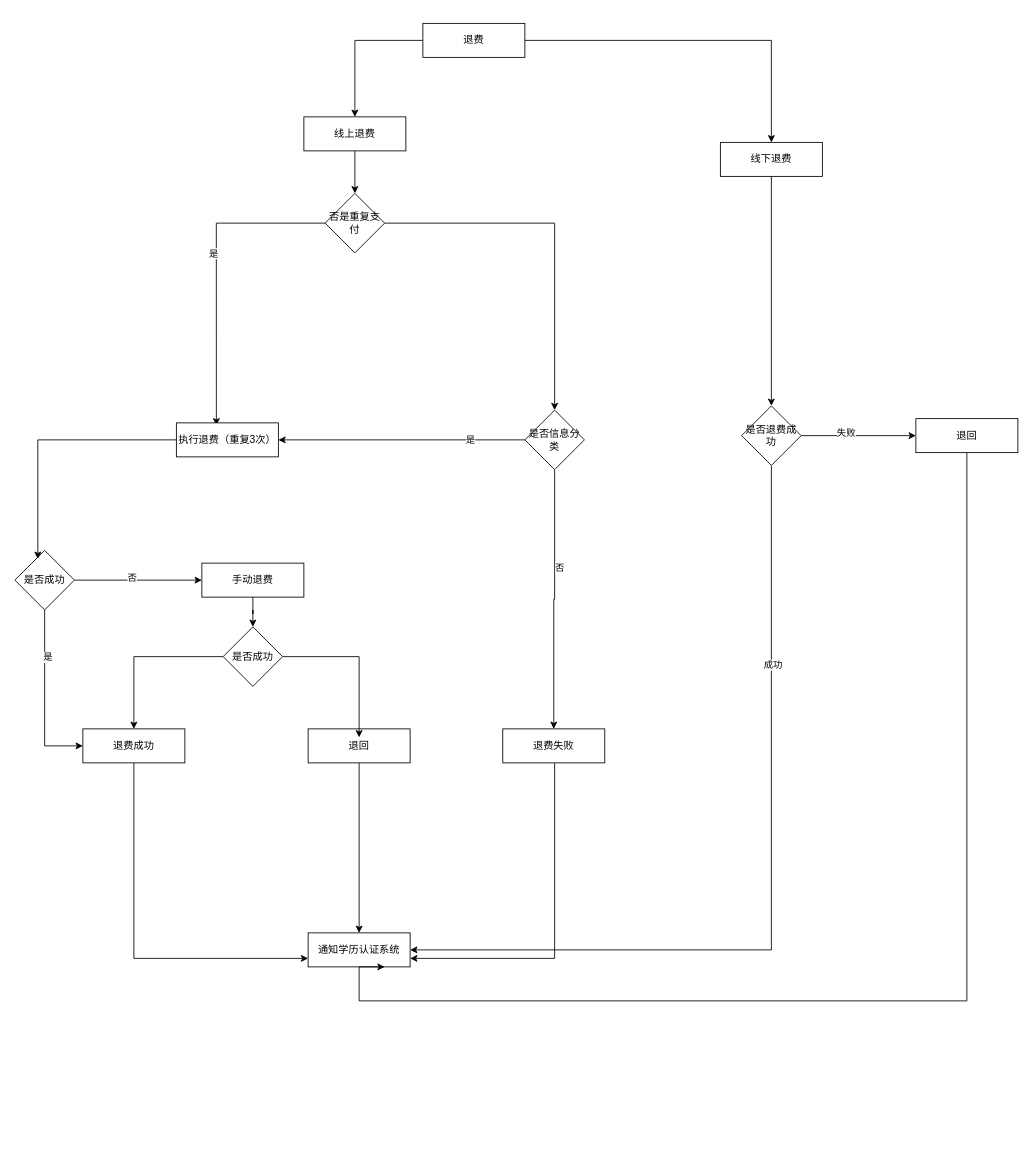
Before: 未命名绘图.drawio in zhangfengman/autoJs, a draw.io diagram. Source tidied: cells renumbered, new cells numbered last; positions are measured from the earlier drawing's top-left corner, leaving out a move shared by most shapes. Both pictures are drawn from the tidied source at 85%, with x=0, y=0 at pixel (14, 23).
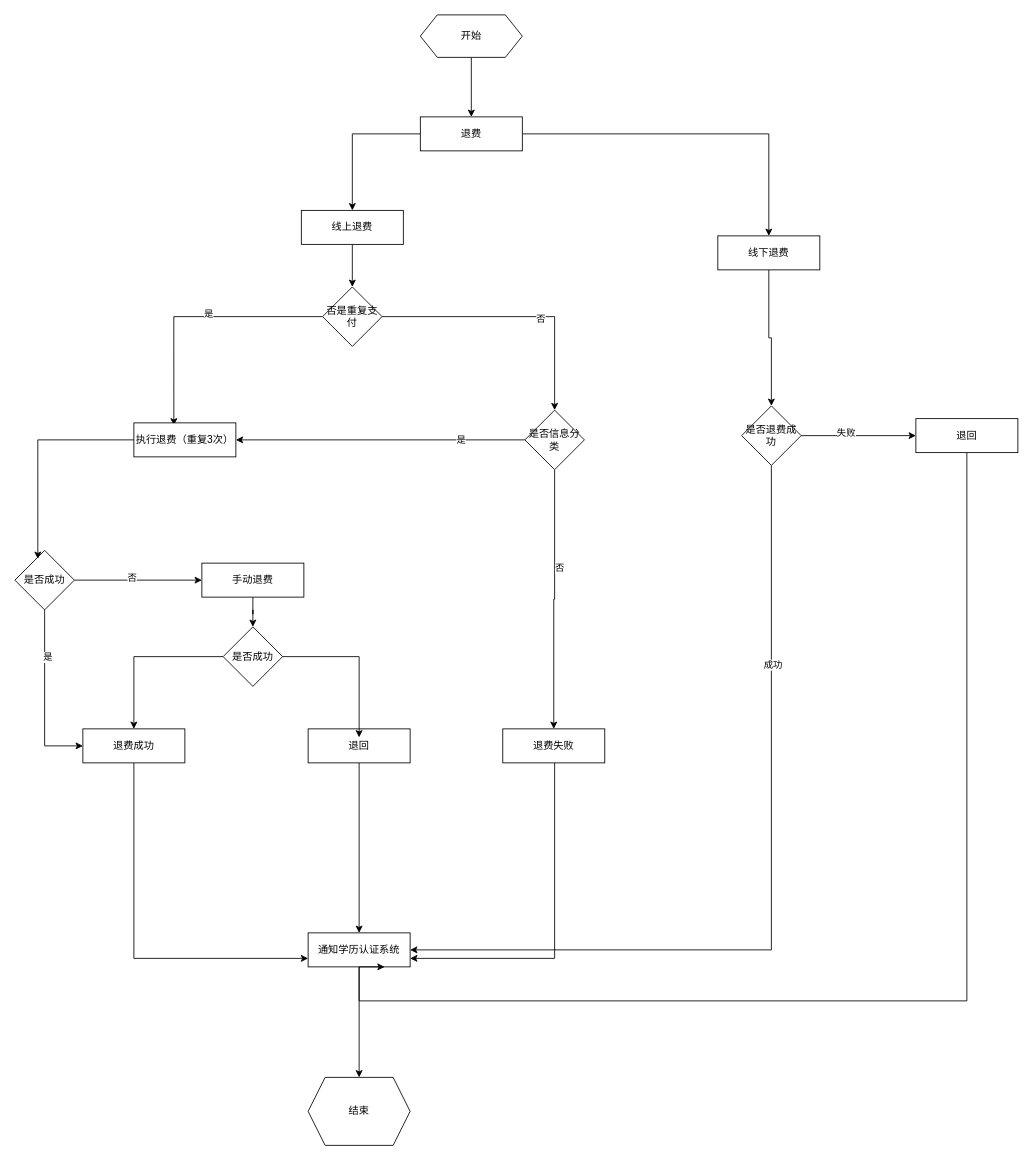
The same diagram, later.

Commit message (it also covers changes not shown here):
更新未命名绘图.drawio

Unchanged cells that the change refers to:
```xml
<mxCell id="11" style="edgeStyle=orthogonalEdgeStyle;rounded=0;jettySize=auto;html=1;entryX=0.5;entryY=0;entryDx=0;entryDy=0;" parent="1" edge="1" source="12" target="34">
  <mxGeometry relative="1" as="geometry" />
</mxCell>
<mxCell id="21" value="通知学历认证系统" style="rounded=0;whiteSpace=wrap;html=1;" parent="1" vertex="1">
  <mxGeometry x="345" y="1070" width="120" height="40" as="geometry" />
</mxCell>
```

What changed in the source:
```diff
@@
     <mxCell id="4" value="退费" style="rounded=0;whiteSpace=wrap;html=1;" parent="1" vertex="1">
-      <mxGeometry x="480" width="120" height="40" as="geometry" />
+      <mxGeometry x="477" y="110" width="120" height="40" as="geometry" />
     </mxCell>
@@
     <mxCell id="6" value="线上退费" style="rounded=0;whiteSpace=wrap;html=1;" parent="1" vertex="1">
-      <mxGeometry x="340" y="110" width="120" height="40" as="geometry" />
+      <mxGeometry x="337" y="220" width="120" height="40" as="geometry" />
     </mxCell>
@@
     <mxCell id="8" value="线下退费" style="rounded=0;whiteSpace=wrap;html=1;" parent="1" vertex="1">
-      <mxGeometry x="830" y="140" width="120" height="40" as="geometry" />
+      <mxGeometry x="827" y="250" width="120" height="40" as="geometry" />
     </mxCell>
@@
+    <mxCell id="44" value="否" style="edgeLabel;html=1;align=center;verticalAlign=middle;" parent="11" vertex="1">
+      <mxGeometry x="0.19" y="-2" relative="1" as="geometry" />
+    </mxCell>
     <mxCell id="12" value="否是重复支付" style="rhombus;whiteSpace=wrap;html=1;" parent="1" vertex="1">
-      <mxGeometry x="365" y="200" width="70" height="70" as="geometry" />
+      <mxGeometry x="362" y="310" width="70" height="70" as="geometry" />
     </mxCell>
     <mxCell id="13" value="执行退费（重复3次）" style="rounded=0;whiteSpace=wrap;html=1;" parent="1" vertex="1">
-      <mxGeometry x="190" y="470" width="120" height="40" as="geometry" />
+      <mxGeometry x="140" y="470" width="120" height="40" as="geometry" />
     </mxCell>
@@
+    <mxCell id="45" style="edgeStyle=orthogonalEdgeStyle;rounded=0;jettySize=auto;html=1;" parent="1" edge="1" source="21" target="46">
+      <mxGeometry relative="1" as="geometry" />
+    </mxCell>
@@
+    <mxCell id="46" value="结束" style="shape=hexagon;perimeter=hexagonPerimeter2;whiteSpace=wrap;html=1;fixedSize=1;" parent="1" vertex="1">
+      <mxGeometry x="345" y="1240" width="120" height="80" as="geometry" />
+    </mxCell>
+    <mxCell id="47" style="edgeStyle=orthogonalEdgeStyle;rounded=0;jettySize=auto;html=1;entryX=0.5;entryY=0;entryDx=0;entryDy=0;" parent="1" edge="1" source="48" target="4">
+      <mxGeometry relative="1" as="geometry" />
+    </mxCell>
+    <mxCell id="48" value="开始" style="shape=hexagon;perimeter=hexagonPerimeter2;whiteSpace=wrap;html=1;fixedSize=1;" parent="1" vertex="1">
+      <mxGeometry x="477" y="-10" width="120" height="50" as="geometry" />
+    </mxCell>
```
